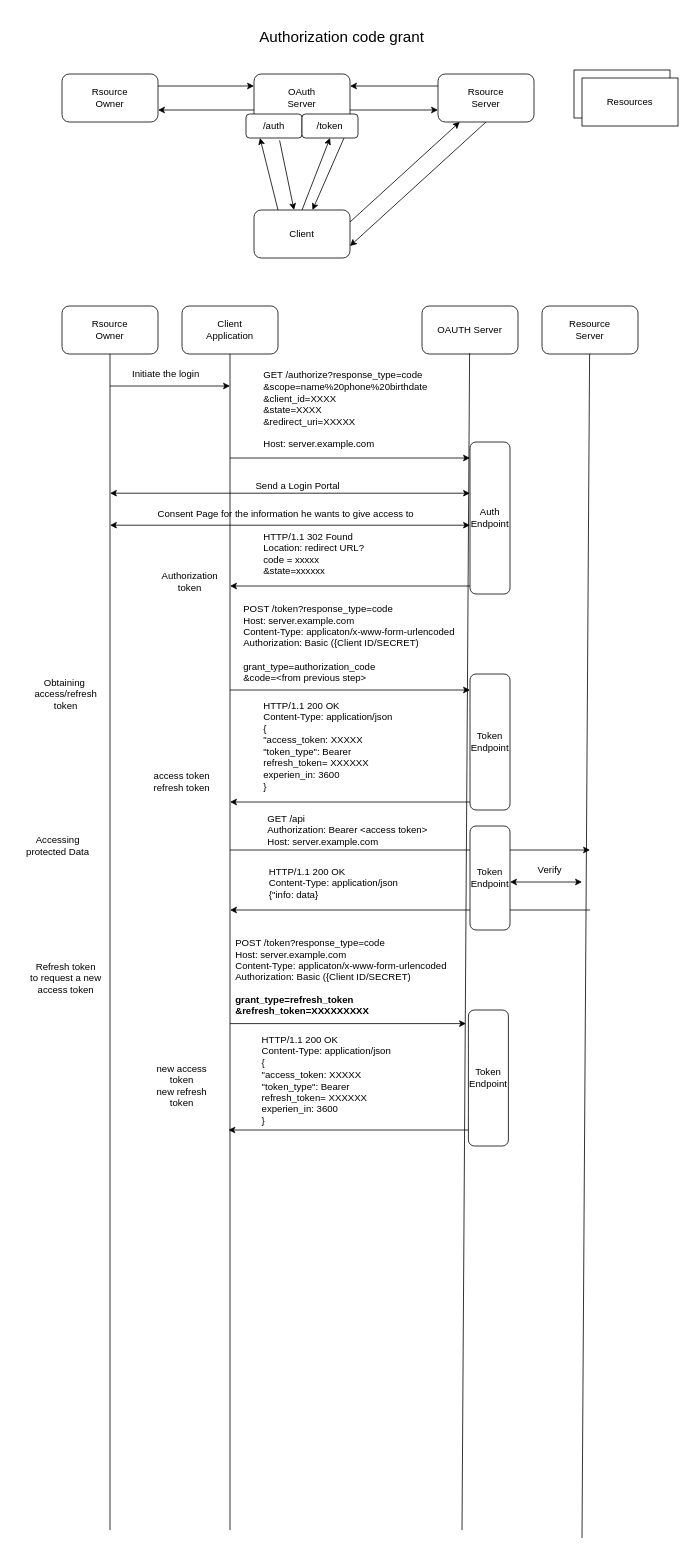
Above: docs/oauth/oauth.drawio in henderiw/techdocs (draw.io), before the change. Source tidied: cells renumbered, new cells numbered last; positions are measured from the earlier drawing's top-left corner, leaving out a move shared by most shapes. Both pictures are drawn from the tidied source at 80%, with x=0, y=0 at pixel (14, 18).
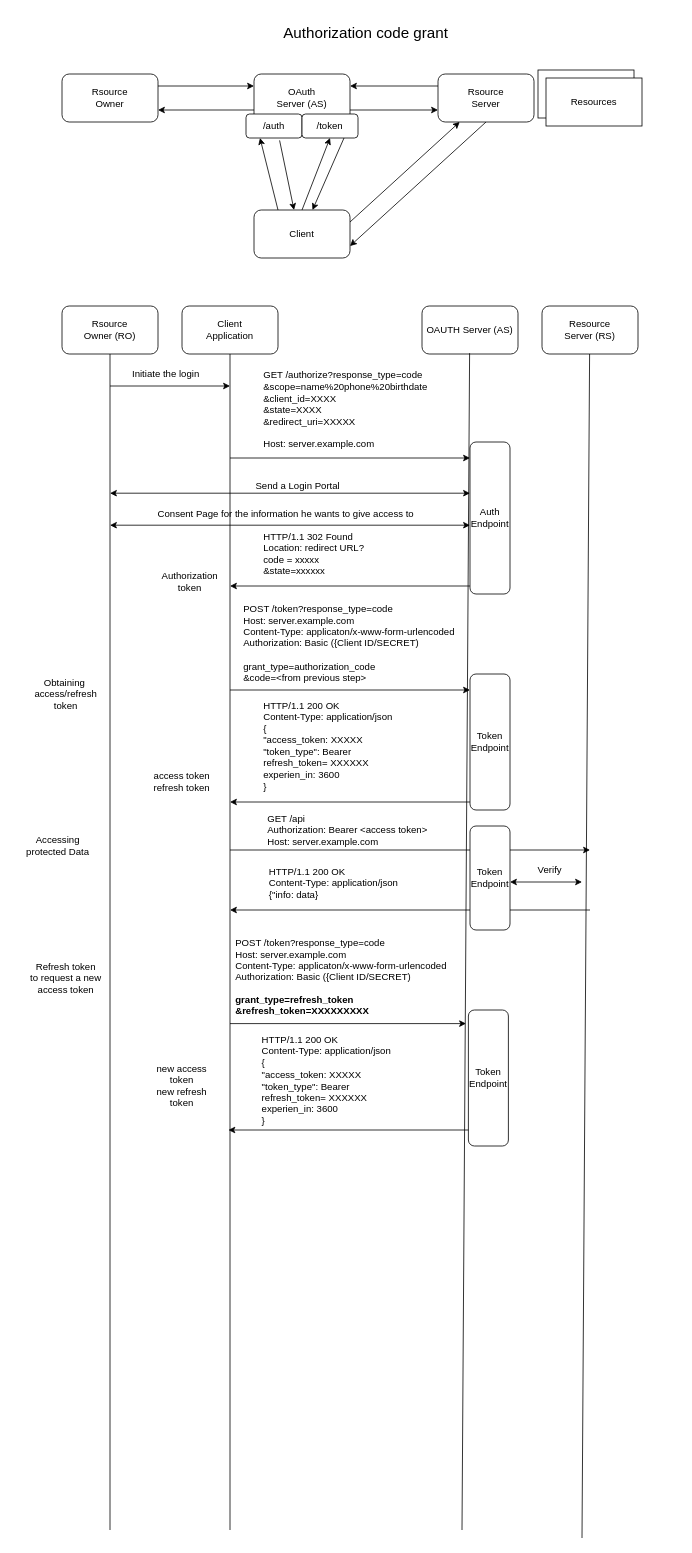
The same diagram, later.

Change to the diagram source:
```diff
@@
-    <mxCell id="6" value="OAuth&lt;br&gt;Server" style="rounded=1;whiteSpace=wrap;html=1;" parent="1" vertex="1">
+    <mxCell id="6" value="OAuth&lt;br&gt;Server (AS)" style="rounded=1;whiteSpace=wrap;html=1;" parent="1" vertex="1">
       <mxGeometry x="300" y="70" width="120" height="60" as="geometry" />
     </mxCell>
@@
     <mxCell id="14" style="rounded=0;whiteSpace=wrap;html=1;" parent="1" vertex="1">
-      <mxGeometry x="700" y="65" width="120" height="60" as="geometry" />
+      <mxGeometry x="655" y="65" width="120" height="60" as="geometry" />
     </mxCell>
     <mxCell id="15" value="Resources" style="rounded=0;whiteSpace=wrap;html=1;" parent="1" vertex="1">
-      <mxGeometry x="710" y="75" width="120" height="60" as="geometry" />
+      <mxGeometry x="665" y="75" width="120" height="60" as="geometry" />
     </mxCell>
@@
     <mxCell id="20" value="Authorization code grant" style="text;html=1;strokeColor=none;fillColor=none;align=center;verticalAlign=middle;whiteSpace=wrap;rounded=0;fontSize=19;" parent="1" vertex="1">
-      <mxGeometry x="240" width="340" height="50" as="geometry" />
+      <mxGeometry x="270" y="-5" width="340" height="50" as="geometry" />
     </mxCell>
@@
-    <mxCell id="22" value="Rsource&lt;br&gt;Owner" style="rounded=1;whiteSpace=wrap;html=1;" parent="1" vertex="1">
+    <mxCell id="22" value="Rsource&lt;br&gt;Owner (RO)" style="rounded=1;whiteSpace=wrap;html=1;" parent="1" vertex="1">
       <mxGeometry x="60" y="360" width="120" height="60" as="geometry" />
     </mxCell>
-    <mxCell id="23" value="Resource&lt;br&gt;Server" style="rounded=1;whiteSpace=wrap;html=1;" parent="1" vertex="1">
+    <mxCell id="23" value="Resource&lt;br&gt;Server (RS)" style="rounded=1;whiteSpace=wrap;html=1;" parent="1" vertex="1">
       <mxGeometry x="660" y="360" width="120" height="60" as="geometry" />
     </mxCell>
@@
-    <mxCell id="25" value="OAUTH Server" style="rounded=1;whiteSpace=wrap;html=1;" parent="1" vertex="1">
+    <mxCell id="25" value="OAUTH Server (AS)" style="rounded=1;whiteSpace=wrap;html=1;" parent="1" vertex="1">
       <mxGeometry x="510" y="360" width="120" height="60" as="geometry" />
     </mxCell>
```
